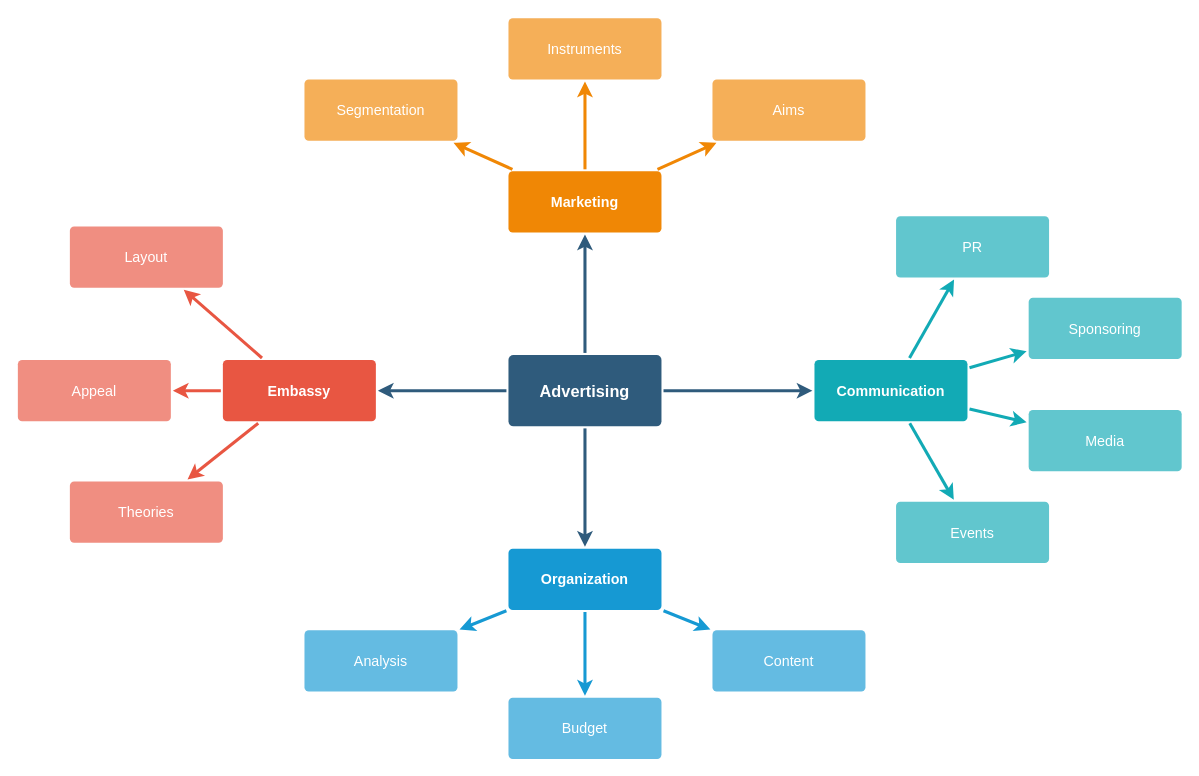
Earlier version of the draw.io diagram Untitled Diagram.drawio (wxfls/draw.io). Source tidied: cells renumbered, new cells numbered last; positions are measured from the earlier drawing's top-left corner, leaving out a move shared by most shapes. Both pictures are drawn from the tidied source at 102%, with x=0, y=0 at pixel (17, 17).
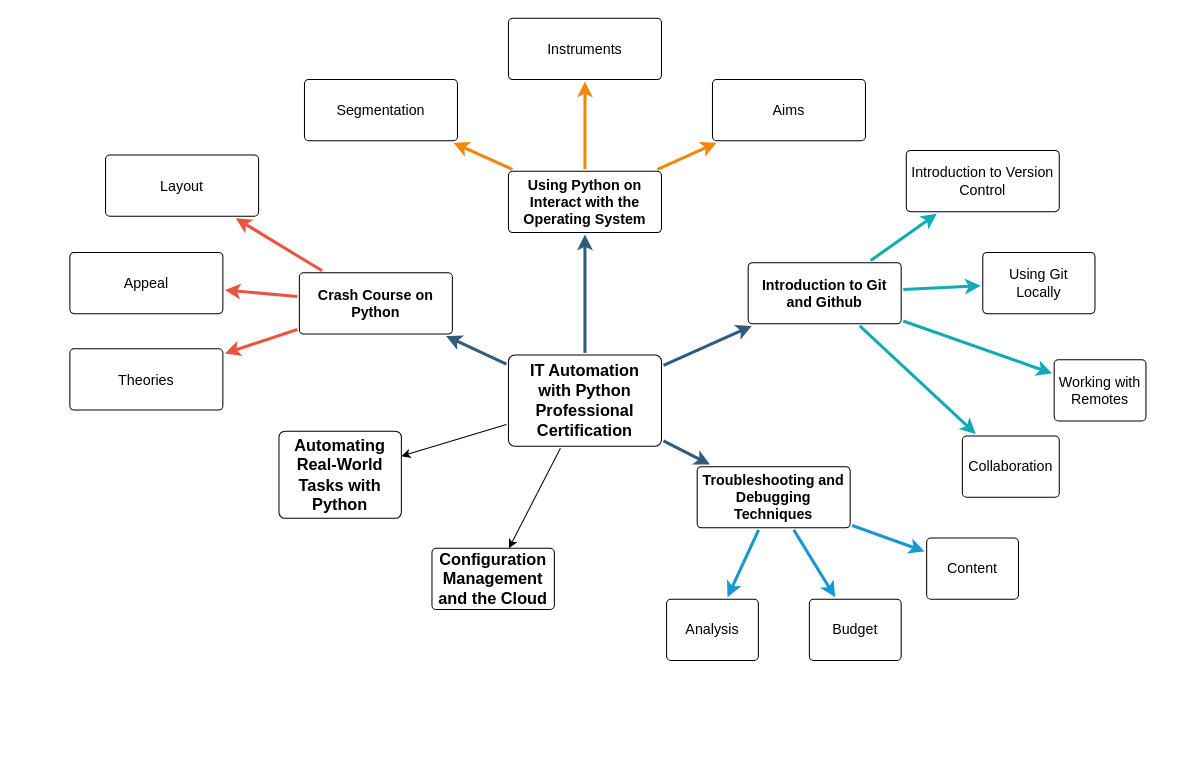
The same page after the edit.

The edit, as a diff of the source:
```diff
@@
+    <mxCell id="37" style="rounded=0;jettySize=auto;html=1;" parent="1" edge="1" source="6" target="39">
+      <mxGeometry relative="1" as="geometry" />
+    </mxCell>
+    <mxCell id="38" style="rounded=0;jettySize=auto;html=1;" parent="1" edge="1" source="6" target="40">
+      <mxGeometry relative="1" as="geometry" />
+    </mxCell>
-    <mxCell id="6" value="Advertising" style="rounded=1;whiteSpace=wrap;html=1;shadow=0;labelBackgroundColor=none;strokeColor=none;strokeWidth=3;fillColor=#2F5B7C;fontFamily=Helvetica;fontSize=16;fontColor=#FFFFFF;align=center;fontStyle=1;spacing=5;arcSize=7;perimeterSpacing=2;" parent="1" vertex="1">
-      <mxGeometry x="481" y="330.5" width="150" height="70" as="geometry" />
+    <mxCell id="6" value="IT Automation with Python Professional Certification" style="rounded=1;whiteSpace=wrap;html=1;shadow=0;labelBackgroundColor=none;strokeWidth=1;fontFamily=Helvetica;fontSize=16;align=center;fontStyle=1;spacing=5;arcSize=7;perimeterSpacing=2;" parent="1" vertex="1">
+      <mxGeometry x="481" y="330.5" width="150" height="89.5" as="geometry" />
     </mxCell>
@@
-    <mxCell id="10" value="Embassy" style="rounded=1;whiteSpace=wrap;html=1;shadow=0;labelBackgroundColor=none;strokeColor=none;strokeWidth=3;fillColor=#e85642;fontFamily=Helvetica;fontSize=14;fontColor=#FFFFFF;align=center;spacing=5;fontStyle=1;arcSize=7;perimeterSpacing=2;" parent="1" vertex="1">
-      <mxGeometry x="201" y="335.5" width="150" height="60" as="geometry" />
+    <mxCell id="10" value="Crash Course on Python" style="rounded=1;whiteSpace=wrap;html=1;shadow=0;labelBackgroundColor=none;strokeWidth=1;fontFamily=Helvetica;fontSize=14;align=center;spacing=5;fontStyle=1;arcSize=7;perimeterSpacing=2;" parent="1" vertex="1">
+      <mxGeometry x="276" y="250" width="150" height="60" as="geometry" />
     </mxCell>
-    <mxCell id="11" value="Theories" style="rounded=1;whiteSpace=wrap;html=1;shadow=0;labelBackgroundColor=none;strokeColor=none;strokeWidth=3;fillColor=#f08e81;fontFamily=Helvetica;fontSize=14;fontColor=#FFFFFF;align=center;spacing=5;fontStyle=0;arcSize=7;perimeterSpacing=2;" parent="1" vertex="1">
-      <mxGeometry x="51" y="454.5" width="150" height="60" as="geometry" />
+    <mxCell id="11" value="Theories" style="rounded=1;whiteSpace=wrap;html=1;shadow=0;labelBackgroundColor=none;strokeWidth=1;fontFamily=Helvetica;fontSize=14;align=center;spacing=5;fontStyle=0;arcSize=7;perimeterSpacing=2;" parent="1" vertex="1">
+      <mxGeometry x="51" y="324.5" width="150" height="60" as="geometry" />
     </mxCell>
-    <mxCell id="12" value="Appeal" style="rounded=1;whiteSpace=wrap;html=1;shadow=0;labelBackgroundColor=none;strokeColor=none;strokeWidth=3;fillColor=#f08e81;fontFamily=Helvetica;fontSize=14;fontColor=#FFFFFF;align=center;spacing=5;fontStyle=0;arcSize=7;perimeterSpacing=2;" parent="1" vertex="1">
-      <mxGeometry y="335.5" width="150" height="60" as="geometry" />
+    <mxCell id="12" value="Appeal" style="rounded=1;whiteSpace=wrap;html=1;shadow=0;labelBackgroundColor=none;strokeWidth=1;fontFamily=Helvetica;fontSize=14;align=center;spacing=5;fontStyle=0;arcSize=7;perimeterSpacing=2;" parent="1" vertex="1">
+      <mxGeometry x="51" y="230" width="150" height="60" as="geometry" />
     </mxCell>
-    <mxCell id="13" value="Layout" style="rounded=1;whiteSpace=wrap;html=1;shadow=0;labelBackgroundColor=none;strokeColor=none;strokeWidth=3;fillColor=#f08e81;fontFamily=Helvetica;fontSize=14;fontColor=#FFFFFF;align=center;spacing=5;fontStyle=0;arcSize=7;perimeterSpacing=2;" parent="1" vertex="1">
-      <mxGeometry x="51" y="204.5" width="150" height="60" as="geometry" />
+    <mxCell id="13" value="Layout" style="rounded=1;whiteSpace=wrap;html=1;shadow=0;labelBackgroundColor=none;strokeWidth=1;fontFamily=Helvetica;fontSize=14;align=center;spacing=5;fontStyle=0;arcSize=7;perimeterSpacing=2;" parent="1" vertex="1">
+      <mxGeometry x="86" y="134.5" width="150" height="60" as="geometry" />
     </mxCell>
@@
-    <mxCell id="17" value="Organization" style="rounded=1;whiteSpace=wrap;html=1;shadow=0;labelBackgroundColor=none;strokeColor=none;strokeWidth=3;fillColor=#1699d3;fontFamily=Helvetica;fontSize=14;fontColor=#FFFFFF;align=center;spacing=5;fontStyle=1;arcSize=7;perimeterSpacing=2;" parent="1" vertex="1">
-      <mxGeometry x="481" y="520.5" width="150" height="60" as="geometry" />
+    <mxCell id="17" value="Troubleshooting and Debugging Techniques" style="rounded=1;whiteSpace=wrap;html=1;shadow=0;labelBackgroundColor=none;strokeWidth=1;fontFamily=Helvetica;fontSize=14;align=center;spacing=5;fontStyle=1;arcSize=7;perimeterSpacing=2;" parent="1" vertex="1">
+      <mxGeometry x="666" y="440" width="150" height="60" as="geometry" />
     </mxCell>
-    <mxCell id="18" value="Content" style="rounded=1;whiteSpace=wrap;html=1;shadow=0;labelBackgroundColor=none;strokeColor=none;strokeWidth=3;fillColor=#64bbe2;fontFamily=Helvetica;fontSize=14;fontColor=#FFFFFF;align=center;spacing=5;arcSize=7;perimeterSpacing=2;" parent="1" vertex="1">
-      <mxGeometry x="681" y="600.5" width="150" height="60" as="geometry" />
+    <mxCell id="18" value="Content" style="rounded=1;whiteSpace=wrap;html=1;shadow=0;labelBackgroundColor=none;strokeWidth=1;fontFamily=Helvetica;fontSize=14;align=center;spacing=5;arcSize=7;perimeterSpacing=2;" parent="1" vertex="1">
+      <mxGeometry x="891" y="510" width="90" height="60" as="geometry" />
     </mxCell>
-    <mxCell id="19" value="Budget" style="rounded=1;whiteSpace=wrap;html=1;shadow=0;labelBackgroundColor=none;strokeColor=none;strokeWidth=3;fillColor=#64bbe2;fontFamily=Helvetica;fontSize=14;fontColor=#FFFFFF;align=center;spacing=5;arcSize=7;perimeterSpacing=2;" parent="1" vertex="1">
-      <mxGeometry x="481" y="666.5" width="150" height="60" as="geometry" />
+    <mxCell id="19" value="Budget" style="rounded=1;whiteSpace=wrap;html=1;shadow=0;labelBackgroundColor=none;strokeWidth=1;fontFamily=Helvetica;fontSize=14;align=center;spacing=5;arcSize=7;perimeterSpacing=2;" parent="1" vertex="1">
+      <mxGeometry x="776" y="570" width="90" height="60" as="geometry" />
     </mxCell>
-    <mxCell id="20" value="Analysis" style="rounded=1;whiteSpace=wrap;html=1;shadow=0;labelBackgroundColor=none;strokeColor=none;strokeWidth=3;fillColor=#64bbe2;fontFamily=Helvetica;fontSize=14;fontColor=#FFFFFF;align=center;spacing=5;arcSize=7;perimeterSpacing=2;" parent="1" vertex="1">
-      <mxGeometry x="281" y="600.5" width="150" height="60" as="geometry" />
+    <mxCell id="20" value="Analysis" style="rounded=1;whiteSpace=wrap;html=1;shadow=0;labelBackgroundColor=none;strokeWidth=1;fontFamily=Helvetica;fontSize=14;align=center;spacing=5;arcSize=7;perimeterSpacing=2;" parent="1" vertex="1">
+      <mxGeometry x="636" y="570" width="90" height="60" as="geometry" />
     </mxCell>
-    <mxCell id="21" value="Marketing" style="rounded=1;whiteSpace=wrap;html=1;shadow=0;labelBackgroundColor=none;strokeColor=none;strokeWidth=3;fillColor=#F08705;fontFamily=Helvetica;fontSize=14;fontColor=#FFFFFF;align=center;spacing=5;fontStyle=1;arcSize=7;perimeterSpacing=2;" parent="1" vertex="1">
+    <mxCell id="21" value="Using Python on Interact with the Operating System" style="rounded=1;whiteSpace=wrap;html=1;shadow=0;labelBackgroundColor=none;strokeWidth=1;fontFamily=Helvetica;fontSize=14;align=center;spacing=5;fontStyle=1;arcSize=7;perimeterSpacing=2;" parent="1" vertex="1">
       <mxGeometry x="481" y="150.5" width="150" height="60" as="geometry" />
     </mxCell>
-    <mxCell id="22" value="Aims&lt;br&gt;" style="rounded=1;whiteSpace=wrap;html=1;shadow=0;labelBackgroundColor=none;strokeColor=none;strokeWidth=3;fillColor=#f5af58;fontFamily=Helvetica;fontSize=14;fontColor=#FFFFFF;align=center;spacing=5;arcSize=7;perimeterSpacing=2;" parent="1" vertex="1">
+    <mxCell id="22" value="Aims&lt;br&gt;" style="rounded=1;whiteSpace=wrap;html=1;shadow=0;labelBackgroundColor=none;strokeWidth=1;fontFamily=Helvetica;fontSize=14;align=center;spacing=5;arcSize=7;perimeterSpacing=2;" parent="1" vertex="1">
       <mxGeometry x="681" y="60.5" width="150" height="60" as="geometry" />
     </mxCell>
@@
-    <mxCell id="24" value="Instruments" style="rounded=1;whiteSpace=wrap;html=1;shadow=0;labelBackgroundColor=none;strokeColor=none;strokeWidth=3;fillColor=#f5af58;fontFamily=Helvetica;fontSize=14;fontColor=#FFFFFF;align=center;spacing=5;arcSize=7;perimeterSpacing=2;" parent="1" vertex="1">
+    <mxCell id="24" value="Instruments" style="rounded=1;whiteSpace=wrap;html=1;shadow=0;labelBackgroundColor=none;strokeWidth=1;fontFamily=Helvetica;fontSize=14;align=center;spacing=5;arcSize=7;perimeterSpacing=2;" parent="1" vertex="1">
       <mxGeometry x="481" y="0.5" width="150" height="60" as="geometry" />
     </mxCell>
@@
-    <mxCell id="26" value="Segmentation" style="rounded=1;whiteSpace=wrap;html=1;shadow=0;labelBackgroundColor=none;strokeColor=none;strokeWidth=3;fillColor=#f5af58;fontFamily=Helvetica;fontSize=14;fontColor=#FFFFFF;align=center;spacing=5;arcSize=7;perimeterSpacing=2;" parent="1" vertex="1">
+    <mxCell id="26" value="Segmentation" style="rounded=1;whiteSpace=wrap;html=1;shadow=0;labelBackgroundColor=none;strokeWidth=1;fontFamily=Helvetica;fontSize=14;align=center;spacing=5;arcSize=7;perimeterSpacing=2;" parent="1" vertex="1">
       <mxGeometry x="281" y="60.5" width="150" height="60" as="geometry" />
     </mxCell>
@@
+    <mxCell id="29" value="Collaboration" style="rounded=1;whiteSpace=wrap;html=1;shadow=0;labelBackgroundColor=none;strokeWidth=1;fontFamily=Helvetica;fontSize=14;align=center;spacing=5;fontStyle=0;arcSize=7;perimeterSpacing=2;" parent="1" vertex="1">
+      <mxGeometry x="926" y="410" width="95" height="60" as="geometry" />
+    </mxCell>
-    <mxCell id="28" value="Communication" style="rounded=1;whiteSpace=wrap;html=1;shadow=0;labelBackgroundColor=none;strokeColor=none;strokeWidth=3;fillColor=#12aab5;fontFamily=Helvetica;fontSize=14;fontColor=#FFFFFF;align=center;spacing=5;fontStyle=1;arcSize=7;perimeterSpacing=2;" parent="1" vertex="1">
-      <mxGeometry x="781" y="335.5" width="150" height="60" as="geometry" />
+    <mxCell id="28" value="Introduction to Git and Github" style="rounded=1;whiteSpace=wrap;html=1;shadow=0;labelBackgroundColor=none;strokeWidth=1;fontFamily=Helvetica;fontSize=14;align=center;spacing=5;fontStyle=1;arcSize=7;perimeterSpacing=2;" parent="1" vertex="1">
+      <mxGeometry x="716" y="240" width="150" height="60" as="geometry" />
     </mxCell>
-    <mxCell id="29" value="Events" style="rounded=1;whiteSpace=wrap;html=1;shadow=0;labelBackgroundColor=none;strokeColor=none;strokeWidth=3;fillColor=#61c6ce;fontFamily=Helvetica;fontSize=14;fontColor=#FFFFFF;align=center;spacing=5;fontStyle=0;arcSize=7;perimeterSpacing=2;" parent="1" vertex="1">
-      <mxGeometry x="861" y="474.5" width="150" height="60" as="geometry" />
-    </mxCell>
@@
-    <mxCell id="31" value="Media" style="rounded=1;whiteSpace=wrap;html=1;shadow=0;labelBackgroundColor=none;strokeColor=none;strokeWidth=3;fillColor=#61c6ce;fontFamily=Helvetica;fontSize=14;fontColor=#FFFFFF;align=center;spacing=5;fontStyle=0;arcSize=7;perimeterSpacing=2;" parent="1" vertex="1">
-      <mxGeometry x="991" y="384.5" width="150" height="60" as="geometry" />
+    <mxCell id="31" value="Working with Remotes" style="rounded=1;whiteSpace=wrap;html=1;shadow=0;labelBackgroundColor=none;strokeWidth=1;fontFamily=Helvetica;fontSize=14;align=center;spacing=5;fontStyle=0;arcSize=7;perimeterSpacing=2;" parent="1" vertex="1">
+      <mxGeometry x="1016" y="335.2" width="90" height="60" as="geometry" />
     </mxCell>
@@
-    <mxCell id="33" value="Sponsoring" style="rounded=1;whiteSpace=wrap;html=1;shadow=0;labelBackgroundColor=none;strokeColor=none;strokeWidth=3;fillColor=#61c6ce;fontFamily=Helvetica;fontSize=14;fontColor=#FFFFFF;align=center;spacing=5;fontStyle=0;arcSize=7;perimeterSpacing=2;" parent="1" vertex="1">
-      <mxGeometry x="991" y="274.5" width="150" height="60" as="geometry" />
+    <mxCell id="33" value="Using Git Locally" style="rounded=1;whiteSpace=wrap;html=1;shadow=0;labelBackgroundColor=none;strokeWidth=1;fontFamily=Helvetica;fontSize=14;align=center;spacing=5;fontStyle=0;arcSize=7;perimeterSpacing=2;" parent="1" vertex="1">
+      <mxGeometry x="946" y="230" width="110" height="60" as="geometry" />
     </mxCell>
@@
-    <mxCell id="35" value="PR" style="rounded=1;whiteSpace=wrap;html=1;shadow=0;labelBackgroundColor=none;strokeColor=none;strokeWidth=3;fillColor=#61c6ce;fontFamily=Helvetica;fontSize=14;fontColor=#FFFFFF;align=center;spacing=5;fontStyle=0;arcSize=7;perimeterSpacing=2;" parent="1" vertex="1">
-      <mxGeometry x="861" y="194.5" width="150" height="60" as="geometry" />
+    <mxCell id="35" value="Introduction to Version Control" style="rounded=1;whiteSpace=wrap;html=1;shadow=0;labelBackgroundColor=none;strokeWidth=1;fontFamily=Helvetica;fontSize=14;align=center;spacing=5;fontStyle=0;arcSize=7;perimeterSpacing=2;" parent="1" vertex="1">
+      <mxGeometry x="871" y="130" width="150" height="60" as="geometry" />
     </mxCell>
@@
+    <mxCell id="39" value="Configuration Management and the Cloud" style="whiteSpace=wrap;html=1;fontSize=16;rounded=1;shadow=0;labelBackgroundColor=none;strokeWidth=1;fontStyle=1;spacing=5;arcSize=7;" parent="1" vertex="1">
+      <mxGeometry x="406" y="520" width="120" height="60" as="geometry" />
+    </mxCell>
+    <mxCell id="40" value="Automating Real-World Tasks with Python" style="whiteSpace=wrap;html=1;fontSize=16;rounded=1;shadow=0;labelBackgroundColor=none;strokeWidth=1;fontStyle=1;spacing=5;arcSize=7;" parent="1" vertex="1">
+      <mxGeometry x="256" y="405.2" width="120" height="85.5" as="geometry" />
+    </mxCell>
```
